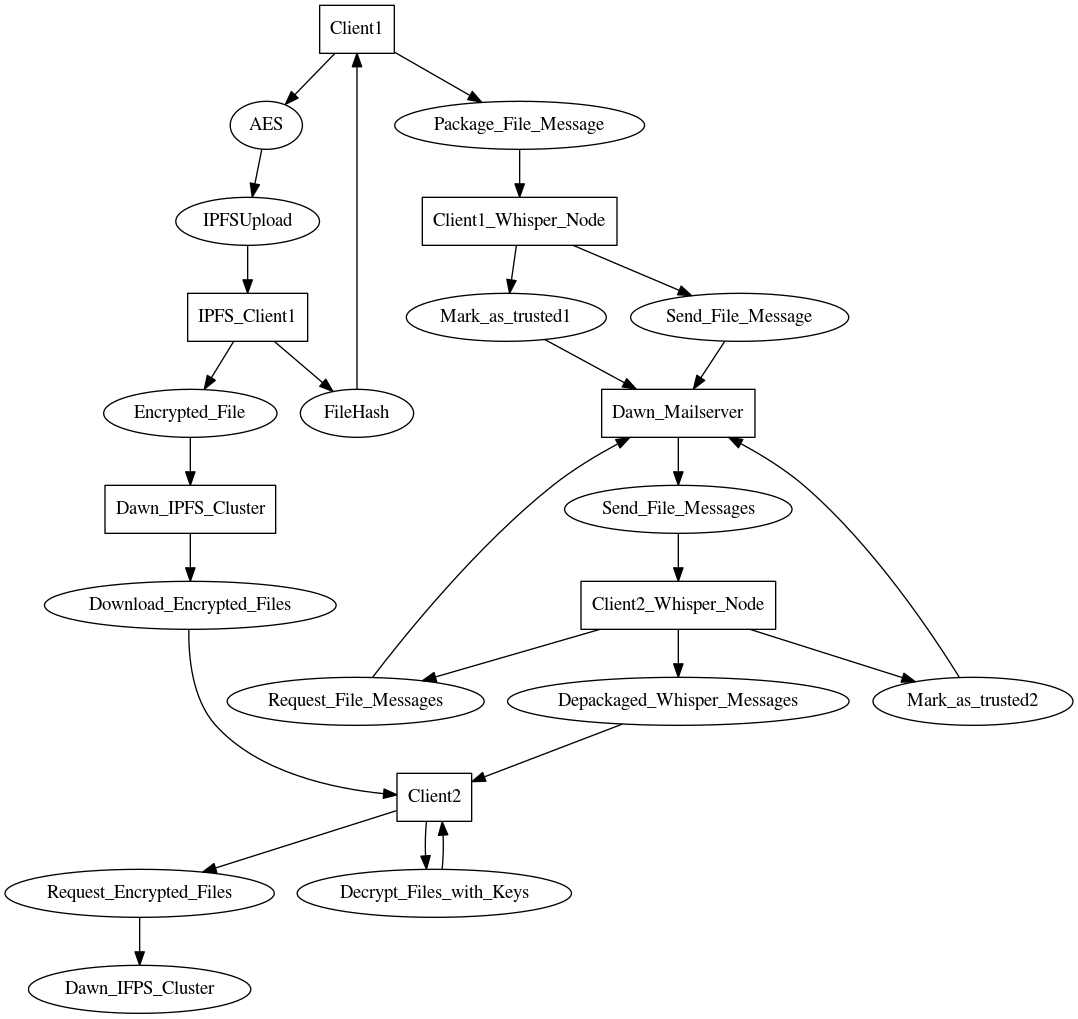
Before: graphs/file_transfer.png, a diagram exported from Graphviz (gitter-badger/Dawn-Transfer). Its source is kept beside it as graphs/file_transfer.dot.
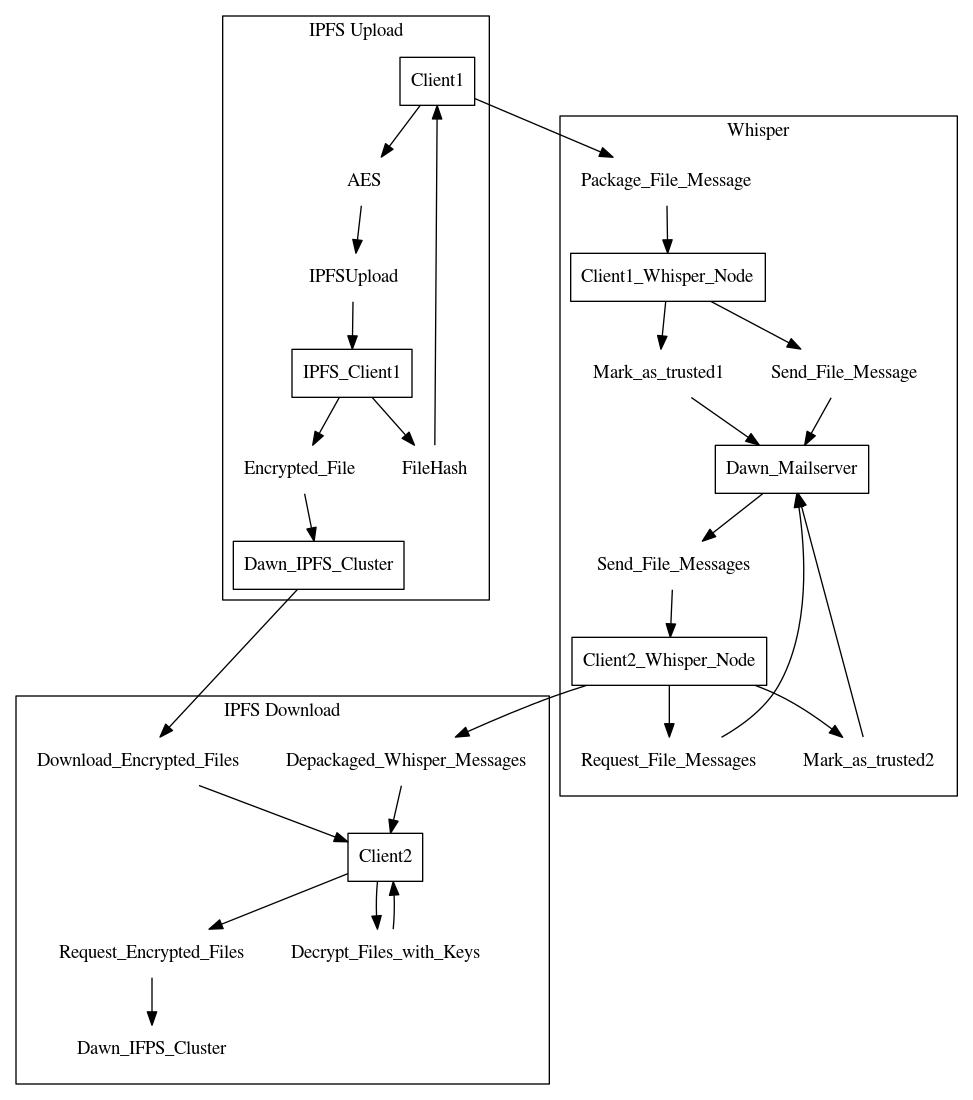
After the change.

Commit message:
Refine file transfer graph

Diff of the diagram source:
```diff
@@ -1,22 +1,35 @@
 digraph Transfer {
-    Client1 [shape=box];
-    IPFS_Client1 [shape=box];
-    Dawn_IPFS_Cluster [shape=box];
-    Client1 -> AES -> IPFSUpload -> IPFS_Client1 [shape=box];
-    IPFS_Client1 -> FileHash -> Client1;
-    IPFS_Client1 -> Encrypted_File -> Dawn_IPFS_Cluster [shape=box];
-    Client1_Whisper_Node [shape=box];
-    Client1 -> Package_File_Message -> Client1_Whisper_Node;
-    Dawn_Mailserver [shape=box];
-    Client1_Whisper_Node -> Mark_as_trusted1 -> Dawn_Mailserver;
-    Client1_Whisper_Node -> Send_File_Message -> Dawn_Mailserver;
-    Client2_Whisper_Node [shape=box];
-    Client2_Whisper_Node -> Mark_as_trusted2 -> Dawn_Mailserver;
-    Client2_Whisper_Node -> Request_File_Messages -> Dawn_Mailserver;
-    Dawn_Mailserver -> Send_File_Messages -> Client2_Whisper_Node;
-    Client2 [shape=box];
-    Client2_Whisper_Node -> Depackaged_Whisper_Messages -> Client2;
-    Client2 -> Request_Encrypted_Files -> Dawn_IFPS_Cluster;
-    Dawn_IPFS_Cluster -> Download_Encrypted_Files -> Client2;
-    Client2 -> Decrypt_Files_with_Keys -> Client2;
+    subgraph cluster0 {
+        label="IPFS Upload";
+        Client1 [shape=box];
+        IPFS_Client1 [shape=box];
+        Dawn_IPFS_Cluster [shape=box];
+        node [shape=none];
+        Client1 -> AES -> IPFSUpload -> IPFS_Client1;
+        IPFS_Client1 -> FileHash -> Client1;
+        IPFS_Client1 -> Encrypted_File -> Dawn_IPFS_Cluster;
+    }
+    subgraph cluster1 {
+        label="Whisper";
+        Client1_Whisper_Node [shape=box];
+        Dawn_Mailserver [shape=box];
+        Client2_Whisper_Node [shape=box];
+        node [shape=none];
+        Client1 -> Package_File_Message;
+        Package_File_Message -> Client1_Whisper_Node;
+        Client1_Whisper_Node -> Mark_as_trusted1 -> Dawn_Mailserver;
+        Client1_Whisper_Node -> Send_File_Message -> Dawn_Mailserver;
+        Client2_Whisper_Node -> Mark_as_trusted2 -> Dawn_Mailserver;
+        Client2_Whisper_Node -> Request_File_Messages -> Dawn_Mailserver;
+        Dawn_Mailserver -> Send_File_Messages -> Client2_Whisper_Node;
+    }
+    subgraph cluster3 {
+        label="IPFS Download";
+        Client2 [shape=box];
+        node [shape=none];
+        Client2_Whisper_Node -> Depackaged_Whisper_Messages -> Client2;
+        Client2 -> Request_Encrypted_Files -> Dawn_IFPS_Cluster;
+        Dawn_IPFS_Cluster -> Download_Encrypted_Files -> Client2;
+        Client2 -> Decrypt_Files_with_Keys -> Client2;
+    }
 }
```
